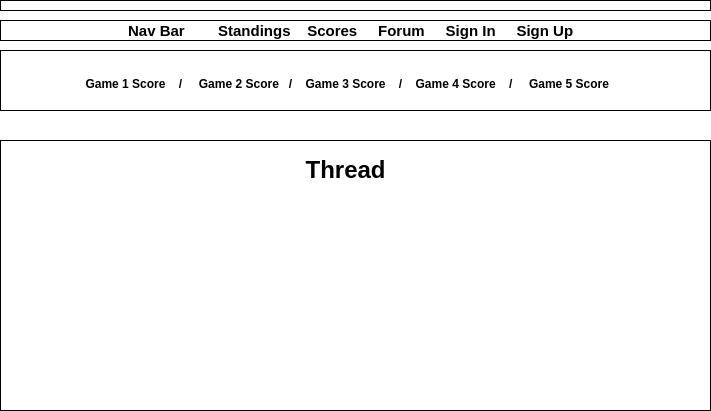
kubeshauseli17/project2-Hockey-forum keeps this draw.io diagram as new.png. Above is the earlier version. Source tidied: cells renumbered, new cells last; positions are measured from the earlier drawing's top-left corner, leaving out a move shared by most shapes. The source it was exported from:
```xml
<mxGraphModel>
  <root>
    <mxCell id="0" />
    <mxCell id="1" parent="0" />
    <mxCell id="2" style="edgeStyle=none;html=1;" parent="1" edge="1" source="3">
      <mxGeometry relative="1" as="geometry">
        <mxPoint x="350" y="50" as="targetPoint" />
      </mxGeometry>
    </mxCell>
    <mxCell id="3" style="rounded=0;whiteSpace=wrap;html=1;" parent="1" vertex="1">
      <mxGeometry y="50" width="710" height="60" as="geometry" />
    </mxCell>
    <mxCell id="4" style="rounded=0;whiteSpace=wrap;html=1;" parent="1" vertex="1">
      <mxGeometry y="20" width="710" height="20" as="geometry" />
    </mxCell>
    <mxCell id="5" style="rounded=0;whiteSpace=wrap;html=1;" parent="1" vertex="1">
      <mxGeometry y="140" width="710" height="270" as="geometry" />
    </mxCell>
    <mxCell id="6" style="rounded=0;whiteSpace=wrap;html=1;" parent="1" vertex="1">
      <mxGeometry width="710" height="10" as="geometry" />
    </mxCell>
    <mxCell id="7" value="Nav Bar&amp;nbsp; &amp;nbsp; &amp;nbsp; &amp;nbsp; Standings&amp;nbsp; &amp;nbsp; Scores&amp;nbsp; &amp;nbsp; &amp;nbsp;Forum&amp;nbsp; &amp;nbsp; &amp;nbsp;Sign In&amp;nbsp; &amp;nbsp; &amp;nbsp;Sign Up" style="text;strokeColor=none;fillColor=none;html=1;fontSize=15;fontStyle=1;verticalAlign=middle;align=center;" parent="1" vertex="1">
      <mxGeometry x="20" y="10" width="660" height="40" as="geometry" />
    </mxCell>
    <mxCell id="8" value="&lt;font style=&quot;font-size: 12px&quot;&gt;Game 1 Score&amp;nbsp; &amp;nbsp; /&amp;nbsp; &amp;nbsp; &amp;nbsp;Game 2 Score&amp;nbsp; &amp;nbsp;/&amp;nbsp; &amp;nbsp; Game 3 Score&amp;nbsp; &amp;nbsp; /&amp;nbsp; &amp;nbsp; Game 4 Score&amp;nbsp; &amp;nbsp; /&amp;nbsp; &amp;nbsp; &amp;nbsp;Game 5 Score&amp;nbsp;&amp;nbsp;&lt;/font&gt;" style="text;strokeColor=none;fillColor=none;html=1;fontSize=24;fontStyle=1;verticalAlign=middle;align=center;" parent="1" vertex="1">
      <mxGeometry x="20" y="60" width="660" height="40" as="geometry" />
    </mxCell>
    <mxCell id="9" value="Thread" style="text;strokeColor=none;fillColor=none;html=1;fontSize=24;fontStyle=1;verticalAlign=middle;align=center;" parent="1" vertex="1">
      <mxGeometry x="295" y="150" width="100" height="40" as="geometry" />
    </mxCell>
  </root>
</mxGraphModel>
```
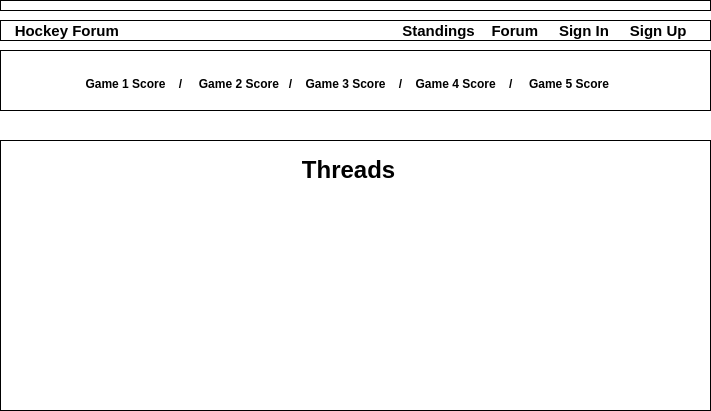
The same diagram one commit later.

The edit, as a diff of the source:
```diff
@@ -19,14 +19,14 @@
     <mxCell id="6" style="rounded=0;whiteSpace=wrap;html=1;" parent="1" vertex="1">
       <mxGeometry width="710" height="10" as="geometry" />
     </mxCell>
-    <mxCell id="7" value="Nav Bar&amp;nbsp; &amp;nbsp; &amp;nbsp; &amp;nbsp; Standings&amp;nbsp; &amp;nbsp; Scores&amp;nbsp; &amp;nbsp; &amp;nbsp;Forum&amp;nbsp; &amp;nbsp; &amp;nbsp;Sign In&amp;nbsp; &amp;nbsp; &amp;nbsp;Sign Up" style="text;strokeColor=none;fillColor=none;html=1;fontSize=15;fontStyle=1;verticalAlign=middle;align=center;" parent="1" vertex="1">
+    <mxCell id="7" value="Hockey Forum&amp;nbsp; &amp;nbsp; &amp;nbsp; &amp;nbsp; &amp;nbsp; &amp;nbsp; &amp;nbsp; &amp;nbsp; &amp;nbsp; &amp;nbsp; &amp;nbsp; &amp;nbsp; &amp;nbsp; &amp;nbsp; &amp;nbsp; &amp;nbsp; &amp;nbsp; &amp;nbsp; &amp;nbsp; &amp;nbsp; &amp;nbsp; &amp;nbsp; &amp;nbsp; &amp;nbsp; &amp;nbsp; &amp;nbsp; &amp;nbsp; &amp;nbsp; &amp;nbsp; &amp;nbsp; &amp;nbsp; &amp;nbsp; &amp;nbsp; &amp;nbsp; Standings&amp;nbsp; &amp;nbsp; Forum&amp;nbsp; &amp;nbsp; &amp;nbsp;Sign In&amp;nbsp; &amp;nbsp; &amp;nbsp;Sign Up" style="text;strokeColor=none;fillColor=none;html=1;fontSize=15;fontStyle=1;verticalAlign=middle;align=center;" parent="1" vertex="1">
       <mxGeometry x="20" y="10" width="660" height="40" as="geometry" />
     </mxCell>
     <mxCell id="8" value="&lt;font style=&quot;font-size: 12px&quot;&gt;Game 1 Score&amp;nbsp; &amp;nbsp; /&amp;nbsp; &amp;nbsp; &amp;nbsp;Game 2 Score&amp;nbsp; &amp;nbsp;/&amp;nbsp; &amp;nbsp; Game 3 Score&amp;nbsp; &amp;nbsp; /&amp;nbsp; &amp;nbsp; Game 4 Score&amp;nbsp; &amp;nbsp; /&amp;nbsp; &amp;nbsp; &amp;nbsp;Game 5 Score&amp;nbsp;&amp;nbsp;&lt;/font&gt;" style="text;strokeColor=none;fillColor=none;html=1;fontSize=24;fontStyle=1;verticalAlign=middle;align=center;" parent="1" vertex="1">
       <mxGeometry x="20" y="60" width="660" height="40" as="geometry" />
     </mxCell>
-    <mxCell id="9" value="Thread" style="text;strokeColor=none;fillColor=none;html=1;fontSize=24;fontStyle=1;verticalAlign=middle;align=center;" parent="1" vertex="1">
-      <mxGeometry x="295" y="150" width="100" height="40" as="geometry" />
+    <mxCell id="9" value="Threads" style="text;strokeColor=none;fillColor=none;html=1;fontSize=24;fontStyle=1;verticalAlign=middle;align=center;" parent="1" vertex="1">
+      <mxGeometry x="298" y="150" width="100" height="40" as="geometry" />
     </mxCell>
   </root>
 </mxGraphModel>
```
